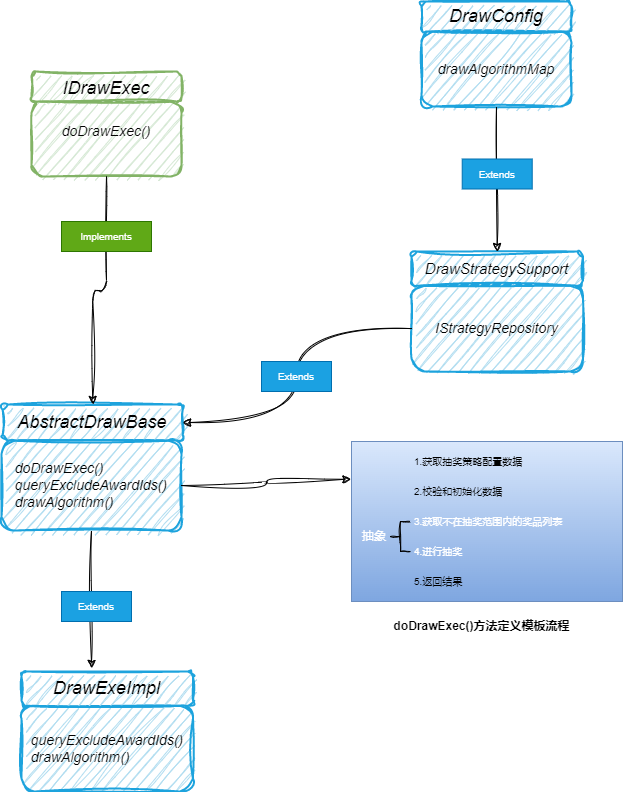
Before: Lottery/抽奖策略包装1.1.drawio.png, a diagram exported from draw.io (youjizi/images). Source tidied: cells renumbered, new cells last; positions are measured from the earlier drawing's top-left corner, leaving out a move shared by most shapes. Source of this version:
```xml
<mxGraphModel>
  <root>
    <mxCell id="0" />
    <mxCell id="1" parent="0" />
    <mxCell id="2" style="group;" parent="1" vertex="1">
      <mxGeometry x="420" width="150" height="105" as="geometry" />
    </mxCell>
    <mxCell id="3" value="drawAlgorithmMap" style="whiteSpace=wrap;fontSize=14;fontFamily=Helvetica;rounded=1;strokeWidth=2;glass=0;shadow=0;fillStyle=auto;sketch=1;curveFitting=1;jiggle=2;fillColor=#b1ddf0;strokeColor=#1DA3DD;verticalAlign=middle;fontStyle=2;" parent="2" vertex="1">
      <mxGeometry y="30" width="150" height="75" as="geometry" />
    </mxCell>
    <mxCell id="4" value="DrawConfig" style="whiteSpace=wrap;fontSize=18;fontFamily=Helvetica;rounded=1;strokeWidth=2;glass=0;shadow=0;fillStyle=auto;sketch=1;curveFitting=1;jiggle=2;fillColor=#b1ddf0;strokeColor=#1DA3DD;verticalAlign=middle;fontStyle=2;" parent="2" vertex="1">
      <mxGeometry width="150" height="30" as="geometry" />
    </mxCell>
    <mxCell id="5" style="group;" parent="1" vertex="1">
      <mxGeometry x="30" y="70" width="150" height="105" as="geometry" />
    </mxCell>
    <mxCell id="6" value="doDrawExec()&#10;" style="rounded=1;fillColor=#d5e8d4;strokeColor=#82b366;strokeWidth=2;glass=0;shadow=0;perimeterSpacing=0;fillStyle=auto;fontFamily=Helvetica;fontSize=14;fontColor=#030303;sketch=1;curveFitting=1;jiggle=2;fontStyle=2;" parent="5" vertex="1">
      <mxGeometry y="30" width="150" height="75" as="geometry" />
    </mxCell>
    <mxCell id="7" value="IDrawExec" style="rounded=1;fillColor=#d5e8d4;strokeColor=#82b366;strokeWidth=2;glass=0;shadow=0;perimeterSpacing=0;fillStyle=auto;fontFamily=Helvetica;fontSize=18;fontColor=#030303;sketch=1;curveFitting=1;jiggle=2;fontStyle=2;" parent="5" vertex="1">
      <mxGeometry width="150" height="30" as="geometry" />
    </mxCell>
    <mxCell id="8" style="group;fontSize=9;" parent="1" vertex="1">
      <mxGeometry x="410" y="250" width="171.4" height="120" as="geometry" />
    </mxCell>
    <mxCell id="9" value="IStrategyRepository" style="whiteSpace=wrap;fontSize=14;fontFamily=Helvetica;rounded=1;strokeWidth=2;glass=0;shadow=0;fillStyle=auto;sketch=1;curveFitting=1;jiggle=2;fillColor=#b1ddf0;strokeColor=#1DA3DD;verticalAlign=middle;fontStyle=2;" parent="8" vertex="1">
      <mxGeometry y="34.3" width="171.4" height="85.7" as="geometry" />
    </mxCell>
    <mxCell id="10" value="DrawStrategySupport" style="whiteSpace=wrap;fontSize=15;fontFamily=Helvetica;rounded=1;strokeWidth=2;glass=0;shadow=0;fillStyle=auto;sketch=1;curveFitting=1;jiggle=2;fillColor=#b1ddf0;strokeColor=#1DA3DD;verticalAlign=middle;fontStyle=2;" parent="8" vertex="1">
      <mxGeometry width="171.4" height="34.3" as="geometry" />
    </mxCell>
    <mxCell id="11" style="group;" parent="1" vertex="1">
      <mxGeometry y="403" width="180" height="126" as="geometry" />
    </mxCell>
    <mxCell id="12" style="edgeStyle=orthogonalEdgeStyle;jettySize=auto;html=1;curved=1;sketch=1;curveFitting=1;jiggle=2;" parent="11" edge="1" source="13">
      <mxGeometry relative="1" as="geometry">
        <mxPoint x="90" y="264" as="targetPoint" />
      </mxGeometry>
    </mxCell>
    <mxCell id="13" value="   doDrawExec()&#10;   queryExcludeAwardIds()&#10;   drawAlgorithm()" style="whiteSpace=wrap;fontSize=14;fontFamily=Helvetica;rounded=1;strokeWidth=2;glass=0;shadow=0;fillStyle=auto;sketch=1;curveFitting=1;jiggle=2;fillColor=#b1ddf0;strokeColor=#1DA3DD;verticalAlign=middle;fontStyle=2;align=left;" parent="11" vertex="1">
      <mxGeometry y="36" width="180" height="90" as="geometry" />
    </mxCell>
    <mxCell id="14" value="AbstractDrawBase" style="whiteSpace=wrap;fontSize=18;fontFamily=Helvetica;rounded=1;strokeWidth=2;glass=0;shadow=0;fillStyle=auto;sketch=1;curveFitting=1;jiggle=2;fillColor=#b1ddf0;strokeColor=#1DA3DD;verticalAlign=middle;fontStyle=2;" parent="11" vertex="1">
      <mxGeometry x="1.2" width="180" height="36" as="geometry" />
    </mxCell>
    <mxCell id="15" style="edgeStyle=orthogonalEdgeStyle;jettySize=auto;html=1;exitX=0.5;exitY=1;exitDx=0;exitDy=0;curved=1;sketch=1;curveFitting=1;jiggle=2;" parent="1" edge="1" source="3" target="10">
      <mxGeometry relative="1" as="geometry" />
    </mxCell>
    <mxCell id="16" style="edgeStyle=orthogonalEdgeStyle;rounded=1;jettySize=auto;html=1;sketch=1;curveFitting=1;jiggle=2;" parent="1" edge="1" source="6" target="14">
      <mxGeometry relative="1" as="geometry" />
    </mxCell>
    <mxCell id="17" value="Implements" style="text;align=center;verticalAlign=middle;strokeColor=#2D7600;fillColor=#60a917;fontSize=10;fontColor=#ffffff;" parent="1" vertex="1">
      <mxGeometry x="60" y="220" width="90" height="30" as="geometry" />
    </mxCell>
    <mxCell id="18" value="Extends" style="text;align=center;verticalAlign=middle;strokeColor=#006EAF;fillColor=#1ba1e2;fontColor=#ffffff;fontSize=10;" parent="1" vertex="1">
      <mxGeometry x="460.7" y="157.5" width="70" height="30" as="geometry" />
    </mxCell>
    <mxCell id="19" style="group;" parent="1" vertex="1">
      <mxGeometry x="350" y="440" width="271" height="160" as="geometry" />
    </mxCell>
    <mxCell id="20" style="verticalLabelPosition=bottom;verticalAlign=top;html=1;shape=mxgraph.basic.rect;fillColor2=none;strokeWidth=1;size=20;indent=5;fillColor=#dae8fc;gradientColor=#7ea6e0;strokeColor=#6c8ebf;" parent="19" vertex="1">
      <mxGeometry width="271" height="160" as="geometry" />
    </mxCell>
    <mxCell id="21" style="group;" parent="19" vertex="1">
      <mxGeometry x="61" y="5" width="200" height="150" as="geometry" />
    </mxCell>
    <mxCell id="22" value="1.获取抽奖策略配置数据" style="text;align=left;verticalAlign=middle;strokeColor=none;fillColor=none;fontSize=10;fontColor=#000000;" parent="21" vertex="1">
      <mxGeometry width="150" height="30" as="geometry" />
    </mxCell>
    <mxCell id="23" value="2.校验和初始化数据" style="text;align=left;verticalAlign=middle;strokeColor=none;fillColor=none;fontSize=10;fontColor=#000000;" parent="21" vertex="1">
      <mxGeometry y="30" width="130" height="30" as="geometry" />
    </mxCell>
    <mxCell id="24" value="3.获取不在抽奖范围内的奖品列表" style="text;align=left;verticalAlign=middle;strokeColor=none;fillColor=none;fontSize=10;fontColor=#ffffff;" parent="21" vertex="1">
      <mxGeometry y="60" width="200" height="30" as="geometry" />
    </mxCell>
    <mxCell id="25" value="4.进行抽奖" style="text;align=left;verticalAlign=middle;strokeColor=none;fillColor=none;fontSize=10;fontColor=#ffffff;" parent="21" vertex="1">
      <mxGeometry y="90" width="80" height="30" as="geometry" />
    </mxCell>
    <mxCell id="26" value="5.返回结果" style="text;align=left;verticalAlign=middle;strokeColor=none;fillColor=none;fontSize=10;fontColor=#000000;" parent="21" vertex="1">
      <mxGeometry y="120" width="80" height="30" as="geometry" />
    </mxCell>
    <mxCell id="27" value="抽象" style="text;align=center;verticalAlign=middle;strokeColor=none;fillColor=none;fontColor=#FFFFFF;" parent="19" vertex="1">
      <mxGeometry x="-2" y="79" width="50" height="30" as="geometry" />
    </mxCell>
    <mxCell id="28" value="doDrawExec()方法定义模板流程" style="text;html=1;align=center;verticalAlign=middle;strokeColor=none;fillColor=none;fontStyle=1;" parent="1" vertex="1">
      <mxGeometry x="380" y="610" width="200" height="30" as="geometry" />
    </mxCell>
    <mxCell id="29" style="group;" parent="1" vertex="1">
      <mxGeometry x="20" y="670" width="171.4" height="120" as="geometry" />
    </mxCell>
    <mxCell id="30" value="  queryExcludeAwardIds()&#10;  drawAlgorithm()" style="whiteSpace=wrap;fontSize=14;fontFamily=Helvetica;rounded=1;strokeWidth=2;glass=0;shadow=0;fillStyle=auto;sketch=1;curveFitting=1;jiggle=2;fillColor=#b1ddf0;strokeColor=#1DA3DD;verticalAlign=middle;fontStyle=2;align=left;" parent="29" vertex="1">
      <mxGeometry y="34.3" width="171.4" height="85.7" as="geometry" />
    </mxCell>
    <mxCell id="31" value="DrawExeImpl" style="whiteSpace=wrap;fontSize=18;fontFamily=Helvetica;rounded=1;strokeWidth=2;glass=0;shadow=0;fillStyle=auto;sketch=1;curveFitting=1;jiggle=2;fillColor=#b1ddf0;strokeColor=#1DA3DD;verticalAlign=middle;fontStyle=2;" parent="29" vertex="1">
      <mxGeometry width="171.4" height="34.3" as="geometry" />
    </mxCell>
    <mxCell id="32" style="edgeStyle=orthogonalEdgeStyle;jettySize=auto;html=1;entryX=1;entryY=0.5;entryDx=0;entryDy=0;curved=1;sketch=1;curveFitting=1;jiggle=2;" parent="1" edge="1" source="9" target="14">
      <mxGeometry relative="1" as="geometry" />
    </mxCell>
    <mxCell id="33" value="Extends" style="text;align=center;verticalAlign=middle;strokeColor=#006EAF;fillColor=#1ba1e2;fontColor=#ffffff;fontSize=10;" parent="1" vertex="1">
      <mxGeometry x="260" y="360" width="70" height="30" as="geometry" />
    </mxCell>
    <mxCell id="34" style="edgeStyle=orthogonalEdgeStyle;jettySize=auto;html=1;entryX=-0.002;entryY=0.236;entryDx=0;entryDy=0;entryPerimeter=0;curved=1;sketch=1;curveFitting=1;jiggle=2;" parent="1" edge="1" source="13" target="20">
      <mxGeometry relative="1" as="geometry" />
    </mxCell>
    <mxCell id="35" style="strokeWidth=1;shape=mxgraph.flowchart.annotation_2;align=left;labelPosition=right;strokeColor=#000000;fillColor=none;gradientColor=none;sketch=1;curveFitting=1;jiggle=2;" parent="1" vertex="1">
      <mxGeometry x="389" y="520" width="20" height="30" as="geometry" />
    </mxCell>
    <mxCell id="36" value="Extends" style="text;align=center;verticalAlign=middle;strokeColor=#006EAF;fillColor=#1ba1e2;fontColor=#ffffff;fontSize=10;" parent="1" vertex="1">
      <mxGeometry x="60" y="590" width="70" height="30" as="geometry" />
    </mxCell>
  </root>
</mxGraphModel>
```
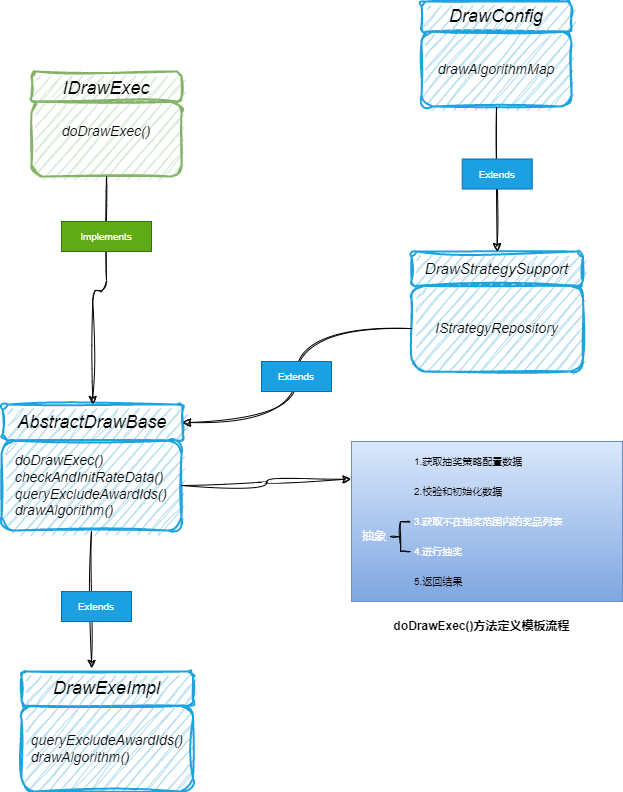
After the commit.

Commit message:
更新抽奖策略包装1.1.drawio.png

Change to the diagram source:
```diff
@@ -37,7 +37,7 @@
         <mxPoint x="90" y="264" as="targetPoint" />
       </mxGeometry>
     </mxCell>
-    <mxCell id="13" value="   doDrawExec()&#10;   queryExcludeAwardIds()&#10;   drawAlgorithm()" style="whiteSpace=wrap;fontSize=14;fontFamily=Helvetica;rounded=1;strokeWidth=2;glass=0;shadow=0;fillStyle=auto;sketch=1;curveFitting=1;jiggle=2;fillColor=#b1ddf0;strokeColor=#1DA3DD;verticalAlign=middle;fontStyle=2;align=left;" parent="11" vertex="1">
+    <mxCell id="13" value="   doDrawExec()&#10;   checkAndInitRateData()       queryExcludeAwardIds()&#10;   drawAlgorithm()" style="whiteSpace=wrap;fontSize=14;fontFamily=Helvetica;rounded=1;strokeWidth=2;glass=0;shadow=0;fillStyle=auto;sketch=1;curveFitting=1;jiggle=2;fillColor=#b1ddf0;strokeColor=#1DA3DD;verticalAlign=middle;fontStyle=2;align=left;" parent="11" vertex="1">
       <mxGeometry y="36" width="180" height="90" as="geometry" />
     </mxCell>
     <mxCell id="14" value="AbstractDrawBase" style="whiteSpace=wrap;fontSize=18;fontFamily=Helvetica;rounded=1;strokeWidth=2;glass=0;shadow=0;fillStyle=auto;sketch=1;curveFitting=1;jiggle=2;fillColor=#b1ddf0;strokeColor=#1DA3DD;verticalAlign=middle;fontStyle=2;" parent="11" vertex="1">
```
